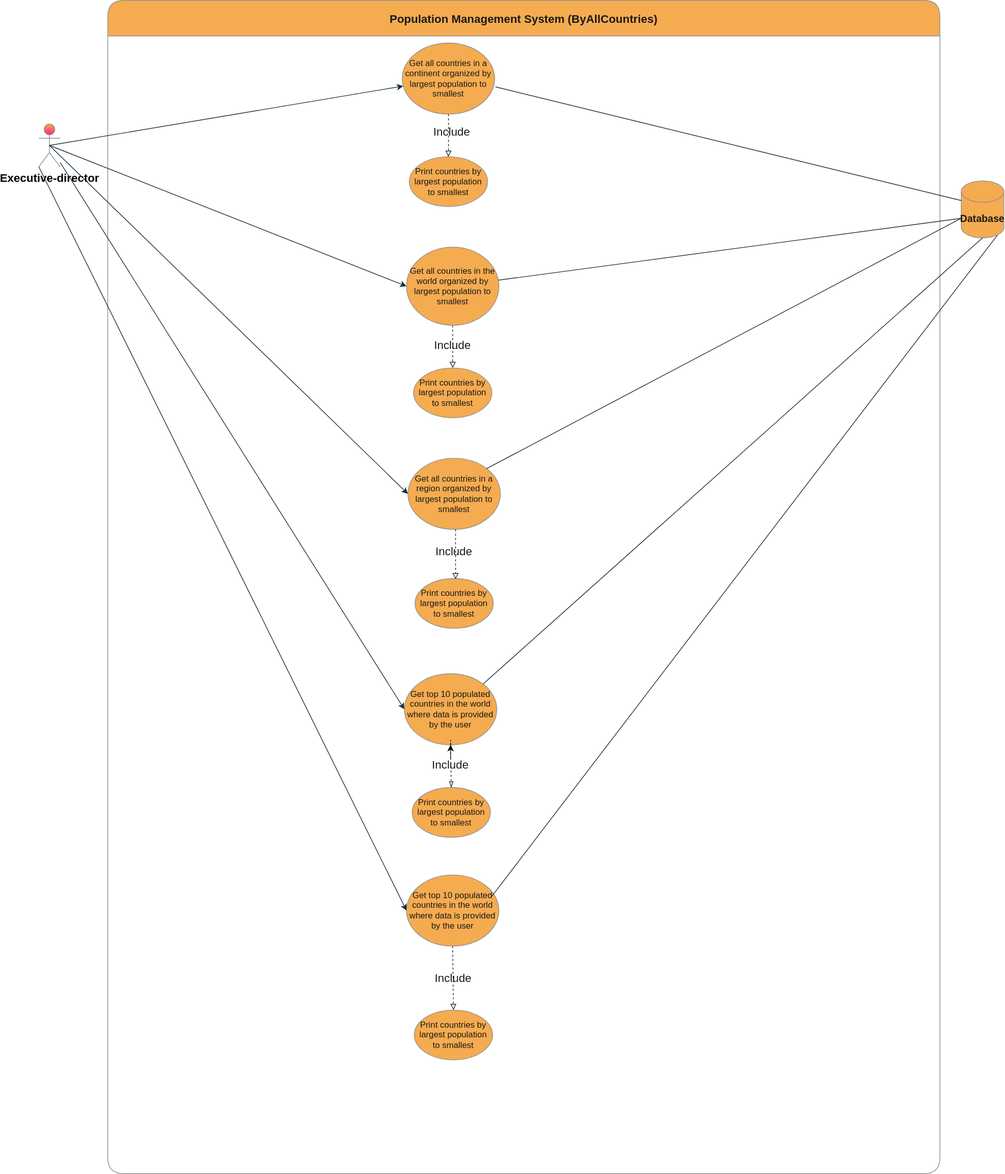
The draw.io diagram use-cases-for-country-report/population management system (AllCountries).svg in ThihaKZ16/group5, before a commit. Source tidied: cells renumbered, new cells last; positions are measured from the earlier drawing's top-left corner, leaving out a move shared by most shapes. The source it was exported from:
```xml
<mxGraphModel background="#ffffff">
  <root>
    <mxCell id="0" />
    <mxCell id="1" parent="0" />
    <mxCell id="2" value="Population Management System (ByAllCountries)" style="swimlane;rounded=1;sketch=0;swimlaneFillColor=#FFFFFF;shadow=0;glass=0;fillColor=#F5AB50;fontColor=#1A1A1A;strokeColor=#909090;startSize=50;fontSize=16;" parent="1" vertex="1">
      <mxGeometry x="97" width="1170" height="1650" as="geometry" />
    </mxCell>
    <mxCell id="3" value="Get all countries in the world organized by largest population to smallest" style="ellipse;whiteSpace=wrap;html=1;fillColor=#F5AB50;strokeColor=#909090;fontColor=#1A1A1A;" parent="2" vertex="1">
      <mxGeometry x="420" y="347" width="130" height="110" as="geometry" />
    </mxCell>
    <mxCell id="4" value="Print countries by largest population to smallest" style="ellipse;whiteSpace=wrap;html=1;fillColor=#F5AB50;strokeColor=#909090;fontColor=#1A1A1A;" parent="2" vertex="1">
      <mxGeometry x="424" y="220" width="110" height="70" as="geometry" />
    </mxCell>
    <mxCell id="5" value="Get all countries in a continent organized by largest population to smallest" style="ellipse;whiteSpace=wrap;html=1;fillColor=#F5AB50;strokeColor=#909090;fontColor=#1A1A1A;" parent="2" vertex="1">
      <mxGeometry x="414" y="60" width="130" height="100" as="geometry" />
    </mxCell>
    <mxCell id="6" style="endArrow=block;html=1;rounded=0;strokeColor=#182E3E;dashed=1;exitX=0.5;exitY=1;exitDx=0;exitDy=0;endFill=0;labelBackgroundColor=#EEEEEE;fontColor=#1A1A1A;" parent="2" edge="1" source="3" target="10">
      <mxGeometry relative="1" as="geometry" />
    </mxCell>
    <mxCell id="7" value="Get all countries in a region organized by largest population to smallest" style="ellipse;whiteSpace=wrap;html=1;fillColor=#F5AB50;strokeColor=#909090;fontColor=#1A1A1A;" parent="2" vertex="1">
      <mxGeometry x="422" y="644" width="130" height="100" as="geometry" />
    </mxCell>
    <mxCell id="8" value="Get top 10 populated countries in the world where data is provided by the user" style="ellipse;whiteSpace=wrap;html=1;fillColor=#F5AB50;strokeColor=#909090;fontColor=#1A1A1A;" parent="2" vertex="1">
      <mxGeometry x="417" y="947" width="130" height="100" as="geometry" />
    </mxCell>
    <mxCell id="9" value="Get top 10 populated countries in the world where data is provided by the user" style="ellipse;whiteSpace=wrap;html=1;fillColor=#F5AB50;strokeColor=#909090;fontColor=#1A1A1A;" parent="2" vertex="1">
      <mxGeometry x="420" y="1230" width="130" height="100" as="geometry" />
    </mxCell>
    <mxCell id="10" value="Print countries by largest population to smallest" style="ellipse;whiteSpace=wrap;html=1;fillColor=#F5AB50;strokeColor=#909090;fontColor=#1A1A1A;" parent="2" vertex="1">
      <mxGeometry x="430" y="517" width="110" height="70" as="geometry" />
    </mxCell>
    <mxCell id="11" style="endArrow=block;html=1;rounded=0;strokeColor=#182E3E;dashed=1;exitX=0.5;exitY=1;exitDx=0;exitDy=0;endFill=0;labelBackgroundColor=#EEEEEE;fontColor=#1A1A1A;" parent="2" edge="1" source="5" target="4">
      <mxGeometry relative="1" as="geometry" />
    </mxCell>
    <mxCell id="12" value="Print countries by largest population to smallest" style="ellipse;whiteSpace=wrap;html=1;fillColor=#F5AB50;strokeColor=#909090;fontColor=#1A1A1A;" parent="2" vertex="1">
      <mxGeometry x="432" y="813" width="110" height="70" as="geometry" />
    </mxCell>
    <mxCell id="13" value="Print countries by largest population to smallest" style="ellipse;whiteSpace=wrap;html=1;fillColor=#F5AB50;strokeColor=#909090;fontColor=#1A1A1A;" parent="2" vertex="1">
      <mxGeometry x="428" y="1107" width="110" height="70" as="geometry" />
    </mxCell>
    <mxCell id="14" style="endArrow=blockThin;html=1;rounded=0;strokeColor=#182E3E;dashed=1;exitX=0.5;exitY=1;exitDx=0;exitDy=0;entryX=0.5;entryY=0;entryDx=0;entryDy=0;endFill=0;labelBackgroundColor=#EEEEEE;fontColor=#1A1A1A;" parent="2" edge="1" source="8" target="13">
      <mxGeometry relative="1" as="geometry" />
    </mxCell>
    <mxCell id="15" value="Print countries by largest population to smallest" style="ellipse;whiteSpace=wrap;html=1;fillColor=#F5AB50;strokeColor=#909090;fontColor=#1A1A1A;" parent="2" vertex="1">
      <mxGeometry x="431" y="1420" width="110" height="70" as="geometry" />
    </mxCell>
    <mxCell id="16" value="Include" style="text;html=1;align=center;verticalAlign=middle;whiteSpace=wrap;rounded=0;fontSize=16;fontColor=#1A1A1A;" parent="2" vertex="1">
      <mxGeometry x="454" y="170" width="60" height="30" as="geometry" />
    </mxCell>
    <mxCell id="17" value="Include" style="text;html=1;align=center;verticalAlign=middle;whiteSpace=wrap;rounded=0;fontSize=16;fontColor=#1A1A1A;" parent="2" vertex="1">
      <mxGeometry x="455" y="470" width="60" height="30" as="geometry" />
    </mxCell>
    <mxCell id="18" value="Include" style="text;html=1;align=center;verticalAlign=middle;whiteSpace=wrap;rounded=0;fontSize=16;fontColor=#1A1A1A;" parent="2" vertex="1">
      <mxGeometry x="457" y="760" width="60" height="30" as="geometry" />
    </mxCell>
    <mxCell id="19" style="edgeStyle=orthogonalEdgeStyle;rounded=0;jettySize=auto;html=1;dashed=1;" parent="2" edge="1" source="20" target="8">
      <mxGeometry relative="1" as="geometry" />
    </mxCell>
    <mxCell id="20" value="Include" style="text;html=1;align=center;verticalAlign=middle;whiteSpace=wrap;rounded=0;fontSize=16;fontColor=#1A1A1A;" parent="2" vertex="1">
      <mxGeometry x="452" y="1060" width="60" height="30" as="geometry" />
    </mxCell>
    <mxCell id="21" value="Include" style="text;html=1;align=center;verticalAlign=middle;whiteSpace=wrap;rounded=0;fontSize=16;fontColor=#1A1A1A;" parent="2" vertex="1">
      <mxGeometry x="456" y="1360" width="60" height="30" as="geometry" />
    </mxCell>
    <mxCell id="22" style="endArrow=block;html=1;rounded=0;strokeColor=#182E3E;dashed=1;startArrow=none;endFill=0;labelBackgroundColor=#EEEEEE;fontColor=#1A1A1A;entryX=0.5;entryY=0;entryDx=0;entryDy=0;" parent="2" edge="1" source="9" target="15">
      <mxGeometry relative="1" as="geometry" />
    </mxCell>
    <mxCell id="23" style="endArrow=none;html=1;rounded=0;entryX=0.855;entryY=1;entryDx=0;entryDy=-4.35;entryPerimeter=0;strokeColor=#182E3E;labelBackgroundColor=#EEEEEE;fontColor=#1A1A1A;" parent="1" edge="1" target="24">
      <mxGeometry relative="1" as="geometry">
        <mxPoint x="637" y="1260" as="sourcePoint" />
      </mxGeometry>
    </mxCell>
    <mxCell id="24" value="&lt;font style=&quot;font-size: 14px&quot;&gt;&lt;b&gt;Database&lt;/b&gt;&lt;/font&gt;" style="shape=cylinder3;whiteSpace=wrap;html=1;boundedLbl=1;backgroundOutline=1;size=15;fontSize=12;fillColor=#F5AB50;strokeColor=#909090;fontColor=#1A1A1A;" parent="1" vertex="1">
      <mxGeometry x="1297" y="254" width="60" height="80" as="geometry" />
    </mxCell>
    <mxCell id="25" style="endArrow=none;html=1;rounded=0;entryX=0;entryY=0;entryDx=0;entryDy=52.5;entryPerimeter=0;strokeColor=#182E3E;labelBackgroundColor=#EEEEEE;fontColor=#1A1A1A;" parent="1" edge="1" source="3" target="24">
      <mxGeometry relative="1" as="geometry" />
    </mxCell>
    <mxCell id="26" style="endArrow=none;html=1;rounded=0;entryX=0;entryY=0;entryDx=0;entryDy=52.5;entryPerimeter=0;strokeColor=#182E3E;exitX=1;exitY=0;exitDx=0;exitDy=0;labelBackgroundColor=#EEEEEE;fontColor=#1A1A1A;" parent="1" edge="1" source="7" target="24">
      <mxGeometry relative="1" as="geometry" />
    </mxCell>
    <mxCell id="27" style="endArrow=none;html=1;rounded=0;strokeColor=#182E3E;entryX=0.5;entryY=1;entryDx=0;entryDy=0;entryPerimeter=0;exitX=1;exitY=0;exitDx=0;exitDy=0;labelBackgroundColor=#EEEEEE;fontColor=#1A1A1A;" parent="1" edge="1" source="8" target="24">
      <mxGeometry relative="1" as="geometry" />
    </mxCell>
    <mxCell id="28" style="endArrow=none;html=1;rounded=0;strokeColor=#182E3E;exitX=1.009;exitY=0.617;exitDx=0;exitDy=0;exitPerimeter=0;labelBackgroundColor=#EEEEEE;fontColor=#1A1A1A;entryX=0;entryY=0;entryDx=0;entryDy=27.5;entryPerimeter=0;" parent="1" edge="1" source="5" target="24">
      <mxGeometry relative="1" as="geometry" />
    </mxCell>
    <mxCell id="29" value="&lt;font color=&quot;#000000&quot; style=&quot;font-size: 16px&quot;&gt;&lt;b&gt;Executive-director&lt;/b&gt;&lt;/font&gt;" style="shape=umlActor;verticalLabelPosition=bottom;verticalAlign=top;html=1;outlineConnect=0;fillColor=#F5AB50;fontColor=#1A1A1A;strokeColor=#909090;gradientColor=#FF2684;" parent="1" vertex="1">
      <mxGeometry y="174" width="30" height="60" as="geometry" />
    </mxCell>
    <mxCell id="30" style="endArrow=classic;html=1;rounded=0;fontSize=12;exitX=0.5;exitY=0.5;exitDx=0;exitDy=0;exitPerimeter=0;strokeColor=#182E3E;labelBackgroundColor=#EEEEEE;fontColor=#1A1A1A;" parent="1" edge="1" source="29" target="5">
      <mxGeometry relative="1" as="geometry" />
    </mxCell>
    <mxCell id="31" style="endArrow=classic;html=1;rounded=0;exitX=0.5;exitY=0.5;exitDx=0;exitDy=0;exitPerimeter=0;entryX=0;entryY=0.5;entryDx=0;entryDy=0;strokeColor=#182E3E;labelBackgroundColor=#EEEEEE;fontColor=#1A1A1A;" parent="1" edge="1" source="29" target="3">
      <mxGeometry relative="1" as="geometry" />
    </mxCell>
    <mxCell id="32" style="endArrow=classic;html=1;rounded=0;exitX=0.5;exitY=0.5;exitDx=0;exitDy=0;exitPerimeter=0;entryX=0;entryY=0.5;entryDx=0;entryDy=0;strokeColor=#182E3E;labelBackgroundColor=#EEEEEE;fontColor=#1A1A1A;" parent="1" edge="1" source="29" target="7">
      <mxGeometry relative="1" as="geometry" />
    </mxCell>
    <mxCell id="33" style="endArrow=classic;html=1;rounded=0;entryX=0;entryY=0.5;entryDx=0;entryDy=0;strokeColor=#182E3E;labelBackgroundColor=#EEEEEE;fontColor=#1A1A1A;" parent="1" edge="1" source="29" target="8">
      <mxGeometry relative="1" as="geometry" />
    </mxCell>
    <mxCell id="34" style="endArrow=classic;html=1;rounded=0;entryX=0;entryY=0.5;entryDx=0;entryDy=0;strokeColor=#182E3E;exitX=0;exitY=1;exitDx=0;exitDy=0;exitPerimeter=0;labelBackgroundColor=#EEEEEE;fontColor=#1A1A1A;" parent="1" edge="1" source="29" target="9">
      <mxGeometry relative="1" as="geometry" />
    </mxCell>
    <mxCell id="35" style="endArrow=block;html=1;rounded=0;strokeColor=#182E3E;dashed=1;endFill=0;labelBackgroundColor=#EEEEEE;fontColor=#1A1A1A;" parent="1" edge="1">
      <mxGeometry relative="1" as="geometry">
        <mxPoint x="586" y="744" as="sourcePoint" />
        <mxPoint x="586" y="814" as="targetPoint" />
      </mxGeometry>
    </mxCell>
  </root>
</mxGraphModel>
```
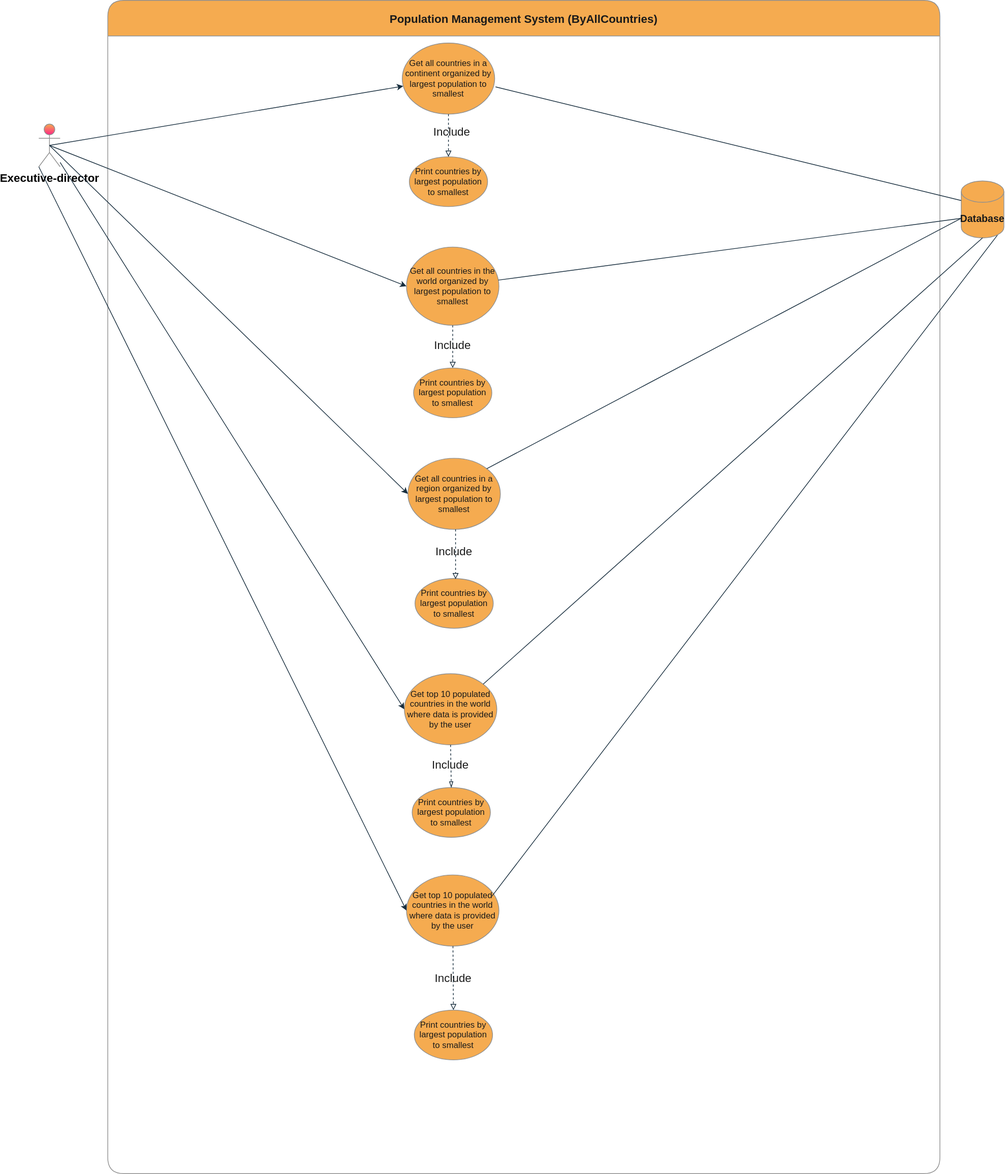
The same file after the commit.

Commit message:
Update arrow head style in the diagram.

Change to the diagram source:
```diff
@@ -53,9 +53,6 @@
     <mxCell id="18" value="Include" style="text;html=1;align=center;verticalAlign=middle;whiteSpace=wrap;rounded=0;fontSize=16;fontColor=#1A1A1A;" parent="2" vertex="1">
       <mxGeometry x="457" y="760" width="60" height="30" as="geometry" />
     </mxCell>
-    <mxCell id="19" style="edgeStyle=orthogonalEdgeStyle;rounded=0;jettySize=auto;html=1;dashed=1;" parent="2" edge="1" source="20" target="8">
-      <mxGeometry relative="1" as="geometry" />
-    </mxCell>
     <mxCell id="20" value="Include" style="text;html=1;align=center;verticalAlign=middle;whiteSpace=wrap;rounded=0;fontSize=16;fontColor=#1A1A1A;" parent="2" vertex="1">
       <mxGeometry x="452" y="1060" width="60" height="30" as="geometry" />
     </mxCell>
```
